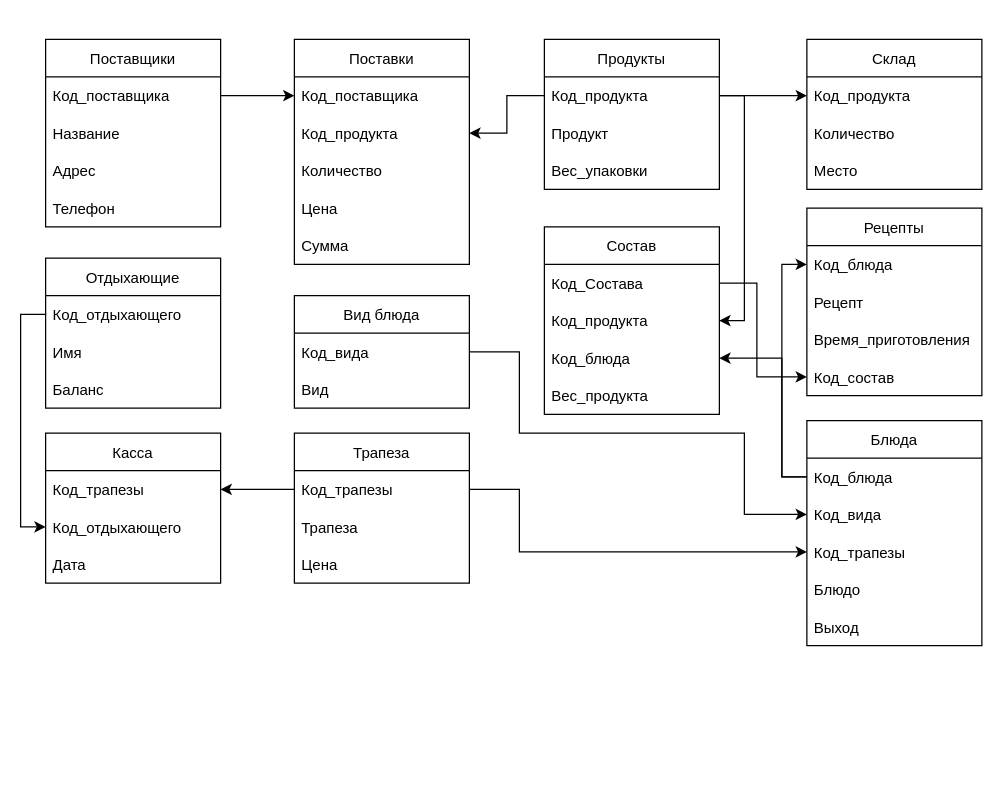
lari5685/transfer keeps this draw.io diagram as Untitled Diagram.drawio. Above is the earlier version. Source tidied: cells renumbered, new cells numbered last; positions are measured from the earlier drawing's top-left corner, leaving out a move shared by most shapes. Both pictures are drawn from the tidied source at 125%, with x=0, y=0 at pixel (20, 39).
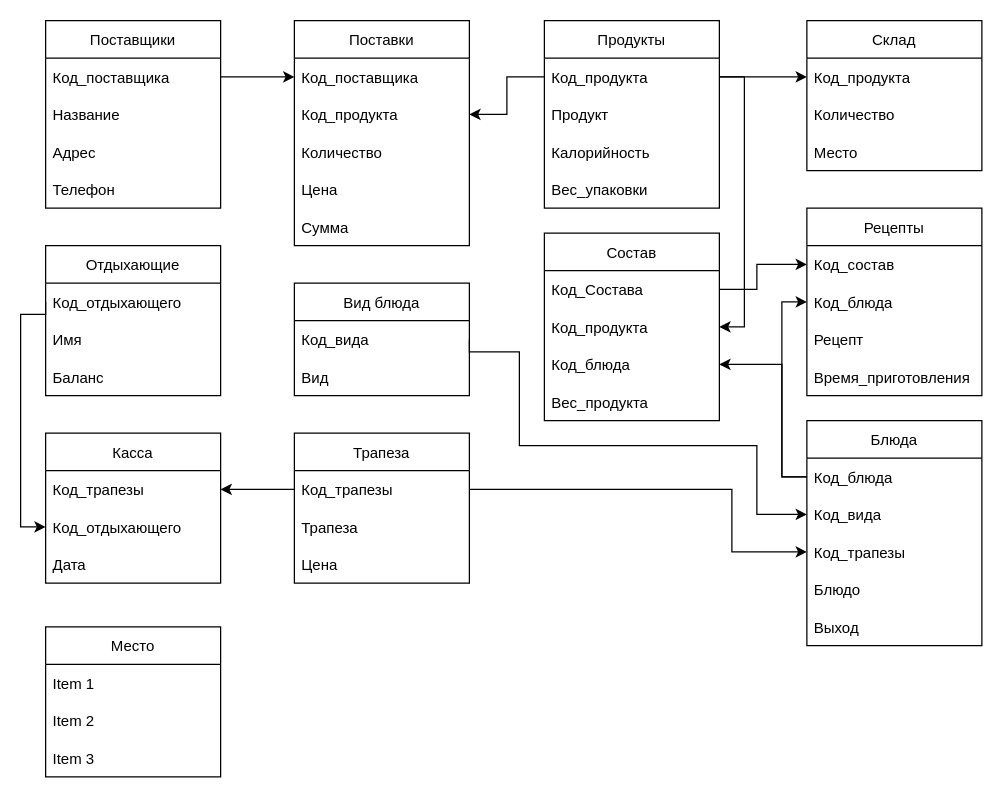
Above is the later version.

The change refers to these unchanged cells:
```xml
<mxCell id="22" value="Код_блюда" style="text;strokeColor=none;fillColor=none;align=left;verticalAlign=middle;spacingLeft=4;spacingRight=4;overflow=hidden;points=[[0,0.5],[1,0.5]];portConstraint=eastwest;" parent="21" vertex="1">
  <mxGeometry y="30" width="140" height="30" as="geometry" />
</mxCell>
<mxCell id="23" value="Код_вида" style="text;strokeColor=none;fillColor=none;align=left;verticalAlign=middle;spacingLeft=4;spacingRight=4;overflow=hidden;points=[[0,0.5],[1,0.5]];portConstraint=eastwest;" parent="21" vertex="1">
  <mxGeometry y="60" width="140" height="30" as="geometry" />
</mxCell>
<mxCell id="24" value="Код_трапезы" style="text;strokeColor=none;fillColor=none;align=left;verticalAlign=middle;spacingLeft=4;spacingRight=4;overflow=hidden;points=[[0,0.5],[1,0.5]];portConstraint=eastwest;" parent="21" vertex="1">
  <mxGeometry y="90" width="140" height="30" as="geometry" />
</mxCell>
<mxCell id="31" value="Рецепты" style="swimlane;fontStyle=0;horizontal=1;startSize=30;" parent="1" vertex="1">
  <mxGeometry x="629" y="135" width="140" height="150" as="geometry" />
</mxCell>
<mxCell id="37" value="Код_вида" style="text;strokeColor=none;fillColor=none;align=left;verticalAlign=middle;spacingLeft=4;spacingRight=4;overflow=hidden;points=[[0,0.5],[1,0.5]];portConstraint=eastwest;" parent="36" vertex="1">
  <mxGeometry y="30" width="140" height="30" as="geometry" />
</mxCell>
<mxCell id="40" value="Код_трапезы" style="text;strokeColor=none;fillColor=none;align=left;verticalAlign=middle;spacingLeft=4;spacingRight=4;overflow=hidden;points=[[0,0.5],[1,0.5]];portConstraint=eastwest;" parent="39" vertex="1">
  <mxGeometry y="30" width="140" height="30" as="geometry" />
</mxCell>
<mxCell id="47" value="Код_Состава" style="text;strokeColor=none;fillColor=none;align=left;verticalAlign=middle;spacingLeft=4;spacingRight=4;overflow=hidden;points=[[0,0.5],[1,0.5]];portConstraint=eastwest;" parent="46" vertex="1">
  <mxGeometry y="30" width="140" height="30" as="geometry" />
</mxCell>
<mxCell id="49" value="Код_блюда" style="text;strokeColor=none;fillColor=none;align=left;verticalAlign=middle;spacingLeft=4;spacingRight=4;overflow=hidden;points=[[0,0.5],[1,0.5]];portConstraint=eastwest;" parent="46" vertex="1">
  <mxGeometry y="90" width="140" height="30" as="geometry" />
</mxCell>
```

The edit, as a diff of the source:
```diff
@@
     <mxCell id="2" value="Склад" style="swimlane;fontStyle=0;horizontal=1;startSize=30;" parent="1" vertex="1">
-      <mxGeometry x="629" width="140" height="120" as="geometry" />
+      <mxGeometry x="629" y="-15" width="140" height="120" as="geometry" />
     </mxCell>
@@
     <mxCell id="6" value="Поставщики" style="swimlane;fontStyle=0;horizontal=1;startSize=30;" parent="1" vertex="1">
-      <mxGeometry x="20" width="140" height="150" as="geometry" />
+      <mxGeometry x="20" y="-15" width="140" height="150" as="geometry" />
     </mxCell>
@@
     <mxCell id="11" value="Поставки" style="swimlane;fontStyle=0;horizontal=1;startSize=30;" parent="1" vertex="1">
-      <mxGeometry x="219" width="140" height="180" as="geometry" />
+      <mxGeometry x="219" y="-15" width="140" height="180" as="geometry" />
     </mxCell>
@@
     <mxCell id="17" value="Продукты" style="swimlane;fontStyle=0;horizontal=1;startSize=30;" parent="1" vertex="1">
-      <mxGeometry x="419" width="140" height="120" as="geometry" />
+      <mxGeometry x="419" y="-15" width="140" height="150" as="geometry" />
     </mxCell>
@@
+    <mxCell id="63" value="Калорийность" style="text;strokeColor=none;fillColor=none;align=left;verticalAlign=middle;spacingLeft=4;spacingRight=4;overflow=hidden;" parent="17" vertex="1">
+      <mxGeometry y="90" width="140" height="30" as="geometry" />
+    </mxCell>
     <mxCell id="20" value="Вес_упаковки" style="text;strokeColor=none;fillColor=none;align=left;verticalAlign=middle;spacingLeft=4;spacingRight=4;overflow=hidden;" parent="17" vertex="1">
-      <mxGeometry y="90" width="140" height="30" as="geometry" />
+      <mxGeometry y="120" width="140" height="30" as="geometry" />
     </mxCell>
@@
     <mxCell id="27" value="Отдыхающие" style="swimlane;fontStyle=0;horizontal=1;startSize=30;" parent="1" vertex="1">
-      <mxGeometry x="20" y="175" width="140" height="120" as="geometry" />
+      <mxGeometry x="20" y="165" width="140" height="120" as="geometry" />
     </mxCell>
@@
+    <mxCell id="35" value="Код_состав" style="text;strokeColor=none;fillColor=none;align=left;verticalAlign=middle;spacingLeft=4;spacingRight=4;overflow=hidden;points=[[0,0.5],[1,0.5]];portConstraint=eastwest;" parent="31" vertex="1">
+      <mxGeometry y="30" width="140" height="30" as="geometry" />
+    </mxCell>
     <mxCell id="32" value="Код_блюда" style="text;strokeColor=none;fillColor=none;align=left;verticalAlign=middle;spacingLeft=4;spacingRight=4;overflow=hidden;points=[[0,0.5],[1,0.5]];portConstraint=eastwest;" parent="31" vertex="1">
-      <mxGeometry y="30" width="140" height="30" as="geometry" />
+      <mxGeometry y="60" width="140" height="30" as="geometry" />
     </mxCell>
     <mxCell id="33" value="Рецепт" style="text;strokeColor=none;fillColor=none;align=left;verticalAlign=middle;spacingLeft=4;spacingRight=4;overflow=hidden;" parent="31" vertex="1">
-      <mxGeometry y="60" width="140" height="30" as="geometry" />
+      <mxGeometry y="90" width="140" height="30" as="geometry" />
     </mxCell>
     <mxCell id="34" value="Время_приготовления" style="text;strokeColor=none;fillColor=none;align=left;verticalAlign=middle;spacingLeft=4;spacingRight=4;overflow=hidden;" parent="31" vertex="1">
-      <mxGeometry y="90" width="140" height="30" as="geometry" />
+      <mxGeometry y="120" width="140" height="30" as="geometry" />
     </mxCell>
-    <mxCell id="35" value="Код_состав" style="text;strokeColor=none;fillColor=none;align=left;verticalAlign=middle;spacingLeft=4;spacingRight=4;overflow=hidden;points=[[0,0.5],[1,0.5]];portConstraint=eastwest;" parent="31" vertex="1">
-      <mxGeometry y="120" width="140" height="30" as="geometry" />
-    </mxCell>
     <mxCell id="36" value="Вид блюда" style="swimlane;fontStyle=0;horizontal=1;startSize=30;" parent="1" vertex="1">
-      <mxGeometry x="219" y="205" width="140" height="90" as="geometry" />
+      <mxGeometry x="219" y="195" width="140" height="90" as="geometry" />
     </mxCell>
@@
     <mxCell id="46" value="Состав" style="swimlane;fontStyle=0;horizontal=1;startSize=30;" parent="1" vertex="1">
-      <mxGeometry x="419" y="150" width="140" height="150" as="geometry" />
+      <mxGeometry x="419" y="155" width="140" height="150" as="geometry" />
     </mxCell>
@@
     <mxCell id="51" style="edgeStyle=orthogonalEdgeStyle;rounded=0;jettySize=auto;html=1;exitX=0;exitY=0.5;exitDx=0;exitDy=0;entryX=1;entryY=0.5;entryDx=0;entryDy=0;" parent="1" edge="1" source="22" target="49">
       <mxGeometry relative="1" as="geometry">
         <Array as="points">
           <mxPoint x="609" y="350" />
-          <mxPoint x="609" y="255" />
+          <mxPoint x="609" y="260" />
         </Array>
       </mxGeometry>
     </mxCell>
     <mxCell id="52" style="edgeStyle=orthogonalEdgeStyle;rounded=0;jettySize=auto;html=1;exitX=0;exitY=0.5;exitDx=0;exitDy=0;entryX=0;entryY=0.5;entryDx=0;entryDy=0;" parent="1" edge="1" source="22" target="32">
       <mxGeometry relative="1" as="geometry">
         <Array as="points">
           <mxPoint x="609" y="350" />
-          <mxPoint x="609" y="180" />
+          <mxPoint x="609" y="210" />
         </Array>
       </mxGeometry>
     </mxCell>
     <mxCell id="53" style="edgeStyle=orthogonalEdgeStyle;rounded=0;jettySize=auto;html=1;exitX=1;exitY=0.5;exitDx=0;exitDy=0;entryX=0;entryY=0.5;entryDx=0;entryDy=0;" parent="1" edge="1" source="37" target="23">
       <mxGeometry relative="1" as="geometry">
         <Array as="points">
           <mxPoint x="399" y="250" />
-          <mxPoint x="399" y="315" />
-          <mxPoint x="579" y="315" />
-          <mxPoint x="579" y="380" />
+          <mxPoint x="399" y="325" />
+          <mxPoint x="589" y="325" />
+          <mxPoint x="589" y="380" />
         </Array>
       </mxGeometry>
     </mxCell>
@@
     <mxCell id="59" style="edgeStyle=orthogonalEdgeStyle;rounded=0;jettySize=auto;html=1;exitX=1;exitY=0.5;exitDx=0;exitDy=0;entryX=0;entryY=0.5;entryDx=0;entryDy=0;" parent="1" edge="1" source="40" target="24">
       <mxGeometry relative="1" as="geometry">
         <Array as="points">
-          <mxPoint x="399" y="360" />
-          <mxPoint x="399" y="410" />
+          <mxPoint x="569" y="360" />
+          <mxPoint x="569" y="410" />
         </Array>
       </mxGeometry>
     </mxCell>
@@
     <mxCell id="62" style="edgeStyle=orthogonalEdgeStyle;rounded=0;jettySize=auto;html=1;exitX=1;exitY=0.5;exitDx=0;exitDy=0;entryX=0;entryY=0.5;entryDx=0;entryDy=0;" parent="1" edge="1" source="47" target="35">
       <mxGeometry relative="1" as="geometry">
         <Array as="points">
-          <mxPoint x="589" y="195" />
-          <mxPoint x="589" y="270" />
+          <mxPoint x="589" y="200" />
+          <mxPoint x="589" y="180" />
         </Array>
       </mxGeometry>
     </mxCell>
+    <mxCell id="64" value="Место" style="swimlane;fontStyle=0;horizontal=1;startSize=30;" parent="1" vertex="1">
+      <mxGeometry x="20" y="470" width="140" height="120" as="geometry" />
+    </mxCell>
+    <mxCell id="65" value="Item 1" style="text;strokeColor=none;fillColor=none;align=left;verticalAlign=middle;spacingLeft=4;spacingRight=4;overflow=hidden;" parent="64" vertex="1">
+      <mxGeometry y="30" width="140" height="30" as="geometry" />
+    </mxCell>
+    <mxCell id="66" value="Item 2" style="text;strokeColor=none;fillColor=none;align=left;verticalAlign=middle;spacingLeft=4;spacingRight=4;overflow=hidden;" parent="64" vertex="1">
+      <mxGeometry y="60" width="140" height="30" as="geometry" />
+    </mxCell>
+    <mxCell id="67" value="Item 3" style="text;strokeColor=none;fillColor=none;align=left;verticalAlign=middle;spacingLeft=4;spacingRight=4;overflow=hidden;" parent="64" vertex="1">
+      <mxGeometry y="90" width="140" height="30" as="geometry" />
+    </mxCell>
```
